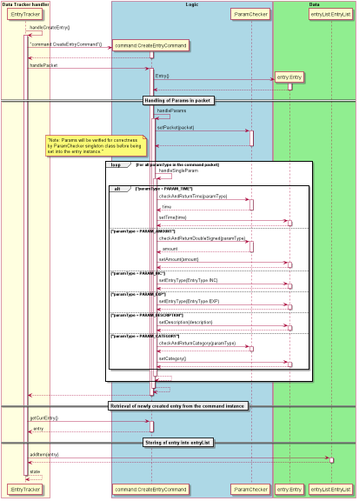
Before: docs/uml_images/manualTracker/images/entryTrackerCreateEntrySeqDiagram.png, a diagram exported from PlantUML (nus-cs2113-AY2021S1/tp). Its source is kept beside it as docs/uml_images/manualTracker/entryTrackerCreateEntrySeqDiagram.puml. Source of this version:
```plantuml
@startuml
autoactivate on

":EntryTracker" ->":EntryTracker": handleCreateEntry()
    create "command:CreateEntryCommand"
   ":EntryTracker"-> "command:CreateEntryCommand" : "command:CreateEntryCommand"()
    return

   ":EntryTracker"-> "command:CreateEntryCommand" : handlePacket

        create "entry:Entry"
        "command:CreateEntryCommand" -> "entry:Entry" : Entry()
        return
        == Handling of Params in packet ==
        "command:CreateEntryCommand" -> "command:CreateEntryCommand" : handleParams
            "command:CreateEntryCommand" -> ":ParamChecker" : setPacket(packet)
            return
            loop For all paramType in the command packet
                note left: "Note: Params will be verified for correctness\nby ParamChecker singleton class before being\nset into the entry instance."
                "command:CreateEntryCommand" -> "command:CreateEntryCommand" : handleSingleParam
                    alt "paramType = PARAM_TIME"
                        "command:CreateEntryCommand" ->":ParamChecker": checkAndReturnTime(paramType)
                        return time
                        "command:CreateEntryCommand" -> "entry:Entry" : setTime(time)
                        return
                    else "paramType = PARAM_AMOUNT"
                        "command:CreateEntryCommand" ->":ParamChecker": checkAndReturnDoubleSigned(paramType)
                        return amount
                        "command:CreateEntryCommand" -> "entry:Entry" : setAmount(amount)
                        return
                    else "paramType = PARAM_INC"
                        "command:CreateEntryCommand" -> "entry:Entry" : setEntryType(EntryType.INC)
                        return
                    else "paramType = PARAM_EXP"
                        "command:CreateEntryCommand" -> "entry:Entry" : setEntryType(EntryType.EXP)
                        return
                    else "paramType = PARAM_DESCRIPTION"
                        "command:CreateEntryCommand" -> "entry:Entry" : setDescription(description)
                        return
                    else "paramType = PARAM_CATEGORY"
                        "command:CreateEntryCommand" ->":ParamChecker": checkAndReturnCategory(paramType)
                        return
                        "command:CreateEntryCommand" -> "entry:Entry" : setCategory()
                        return
                    end
                return
            end
        return
   return
   == Retrieval of newly created entry from the command instance ==
   ":EntryTracker"-> "command:CreateEntryCommand" : getCurrEntry()
   return entry
   == Storing of entry into entryList ==
   ":EntryTracker"-> "entryList:EntryList" : addItem(entry)
    return

return state

box "Data Tracker handler" #LightYellow
participant ":EntryTracker"
endBox

box "Logic" #LightBlue
participant "command:CreateEntryCommand"
participant ":ParamChecker"
endBox

box "Data" #LightGreen
participant "entry:Entry"
participant "entryList:EntryList"
endBox
@enduml
```
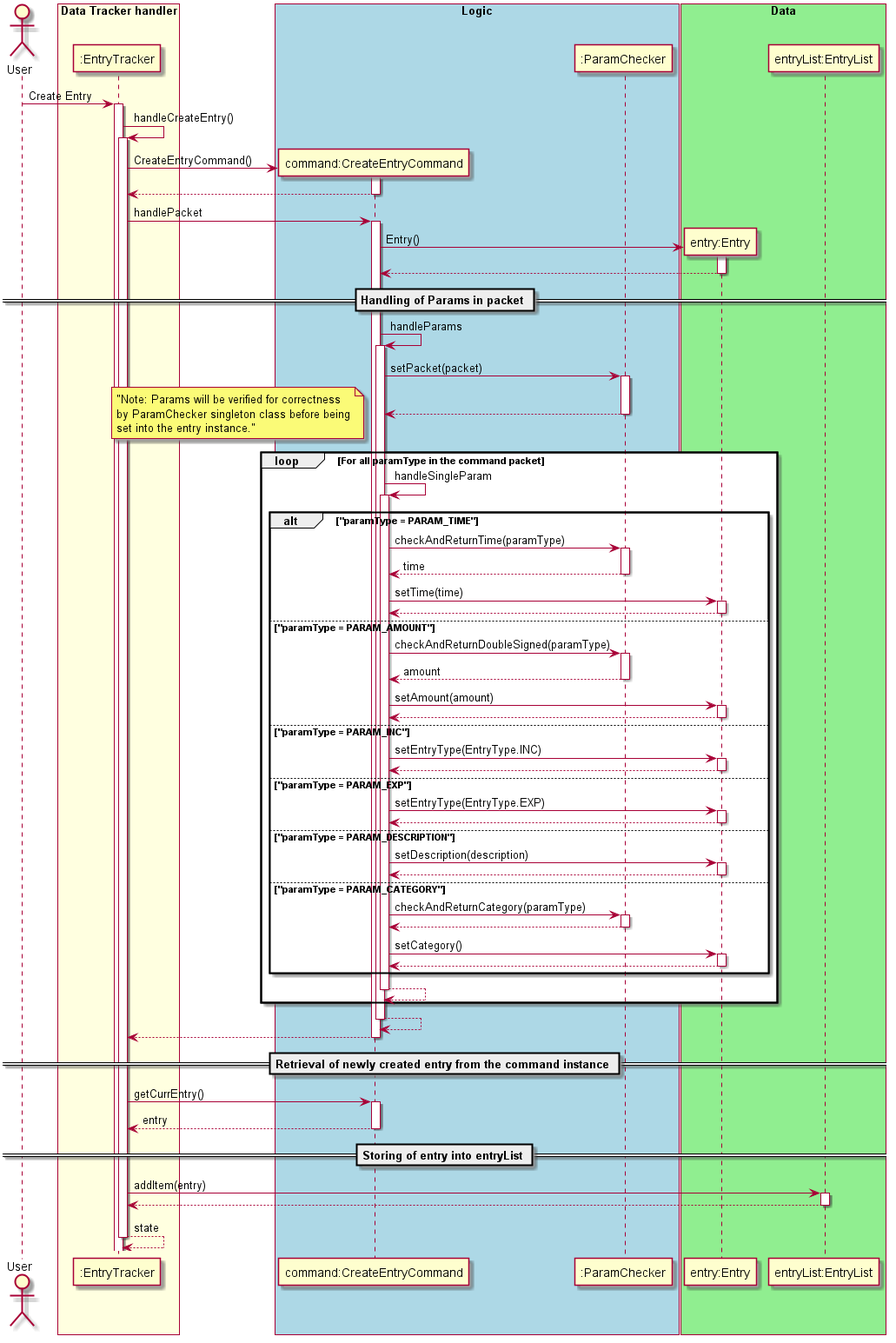
The same diagram one commit later.

What changed in the source:
```diff
@@ -1,9 +1,11 @@
 @startuml
 autoactivate on
+actor User
 
+User-> ":EntryTracker": Create Entry
 ":EntryTracker" ->":EntryTracker": handleCreateEntry()
     create "command:CreateEntryCommand"
-   ":EntryTracker"-> "command:CreateEntryCommand" : "command:CreateEntryCommand"()
+   ":EntryTracker"-> "command:CreateEntryCommand" : CreateEntryCommand()
     return
 
    ":EntryTracker"-> "command:CreateEntryCommand" : handlePacket
```
